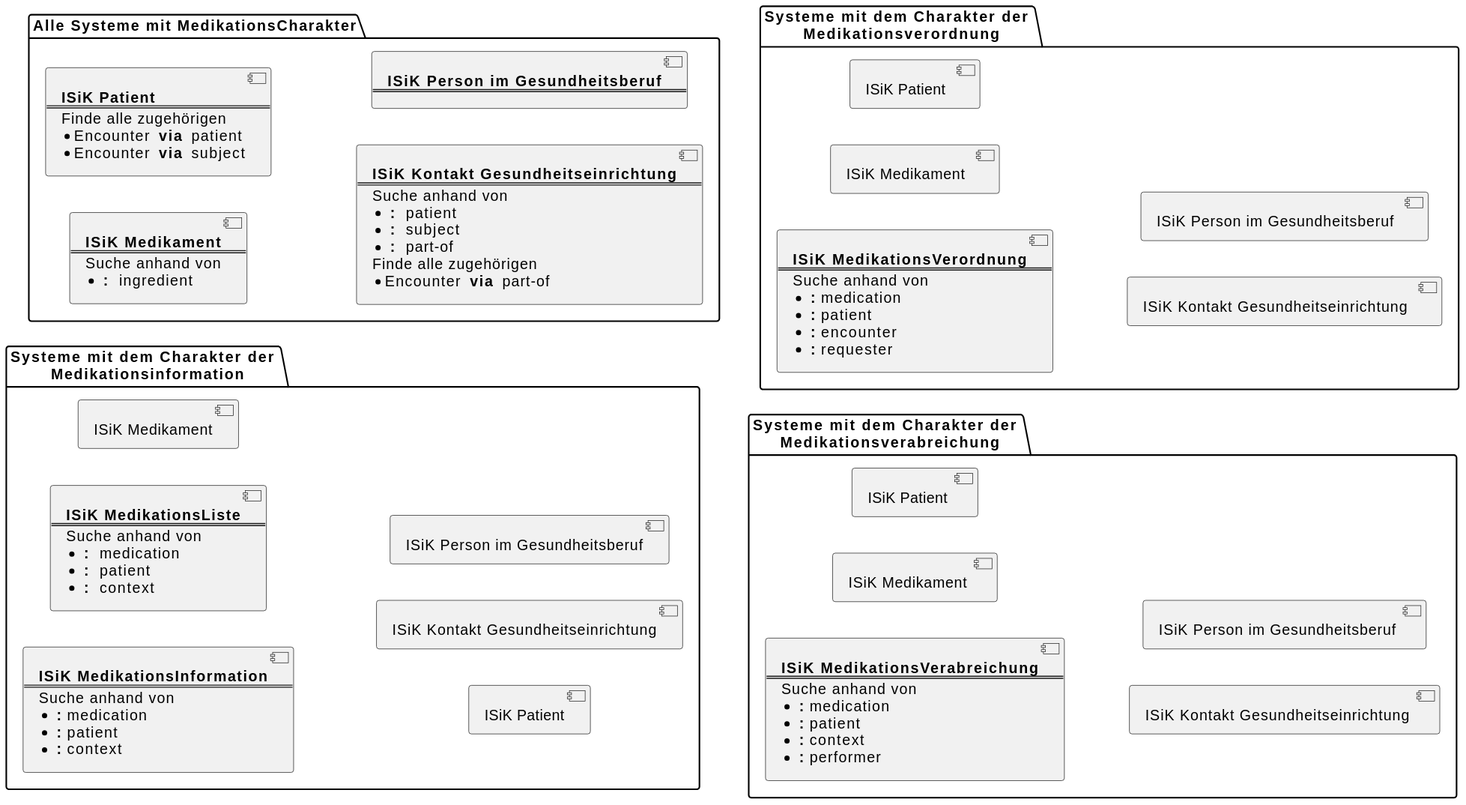
This is Material/images/diagrams/searchtypes_interaction.svg from gematik/spec-ISiK-Terminplanung, a PlantUML export, as it was before one commit. Source of this version:
```plantuml
@startuml
left to right direction
skinparam linetype ortho


folder CSt_MedInfo as "Systeme mit dem Charakter der \n Medikationsinformation" {
    component _MedInfo [
        **ISiK MedikationsInformation**
        ====
        Suche anhand von
        * ** :** medication
        * ** :** patient
        * ** :** context
    ]

    component CStAll_MedikationsListe [
        **ISiK MedikationsListe**
        ====
        Suche anhand von
        * ** : ** medication
        * ** : ** patient
        * ** : ** context
    ]
    component "ISiK Medikament"
    component "ISiK Patient"
    component "ISiK Kontakt Gesundheitseinrichtung"
    component "ISiK Person im Gesundheitsberuf"

}

folder CSt_MedAll as "Alle Systeme mit MedikationsCharakter" {
    component CStAll_Medikament [
        **ISiK Medikament**
        ====
        Suche anhand von
        * ** : ** ingredient
    ]
    component CStAll_Patient [
        **ISiK Patient**
        ====
        Finde alle zugehörigen
        * Encounter ** via ** patient
        * Encounter ** via ** subject
    ]
    component CStAll_KontaktGesundheitseinrichtung [
        **ISiK Kontakt Gesundheitseinrichtung**
        ====
        Suche anhand von
        * ** : ** patient
        * ** : ** subject
        * ** : ** part-of
        Finde alle zugehörigen
        * Encounter ** via ** part-of
    ]
    component CStAll_PersonImGesundheitsberuf [
        **ISiK Person im Gesundheitsberuf**
        ====
    ]
}
folder CSt_MedVerab as "Systeme mit dem Charakter der \n Medikationsverabreichung" {
    component _MedVerab [
    **ISiK MedikationsVerabreichung**
    ====
    Suche anhand von
    * ** :** medication
    * ** :** patient
    * ** :** context
    * ** :** performer
    ]
    component "ISiK Medikament "
    component "ISiK Patient "
    component "ISiK Kontakt Gesundheitseinrichtung "
    component "ISiK Person im Gesundheitsberuf "
}

folder CSt_MedVerord as "Systeme mit dem Charakter der \n Medikationsverordnung" {
    component _MedVerord [
    **ISiK MedikationsVerordnung**
    ====
    Suche anhand von
    * ** :** medication
    * ** :** patient
    * ** :** encounter
    * ** :** requester
    ]
    component "ISiK Medikament  "
    component "ISiK Patient  "
    component "ISiK Kontakt Gesundheitseinrichtung  "
    component "ISiK Person im Gesundheitsberuf  "
}
@enduml
```
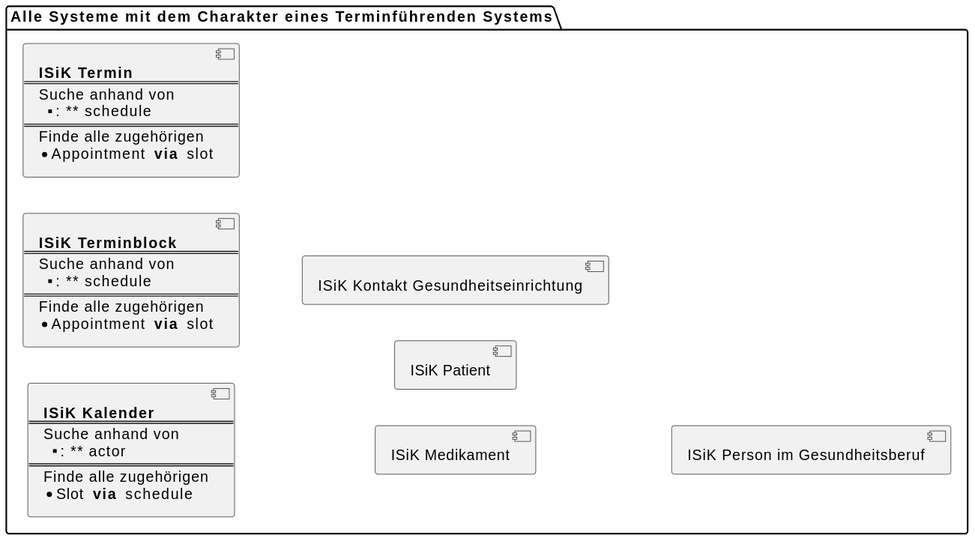
Later version of the same file.

Change to the diagram source:
```diff
@@ -3,89 +3,41 @@
 skinparam linetype ortho
 
 
-folder CSt_MedInfo as "Systeme mit dem Charakter der \n Medikationsinformation" {
-    component _MedInfo [
-        **ISiK MedikationsInformation**
+folder CSt_AppointmentLead as "Alle Systeme mit dem Charakter eines Terminführenden Systems" {
+      component CStLead_Schedule [
+        **ISiK Kalender**
         ====
         Suche anhand von
-        * ** :** medication
-        * ** :** patient
-        * ** :** context
+        ** : ** actor
+        ===
+        Finde alle zugehörigen
+        * Slot ** via ** schedule
     ]
 
-    component CStAll_MedikationsListe [
-        **ISiK MedikationsListe**
+    component CStLead_Slot [
+        **ISiK Terminblock**
         ====
         Suche anhand von
-        * ** : ** medication
-        * ** : ** patient
-        * ** : ** context
+        ** : ** schedule
+        ===
+        Finde alle zugehörigen
+        * Appointment ** via ** slot
     ]
+
+    component CStLead_Appointment [
+        **ISiK Termin**
+        ====
+        Suche anhand von
+        ** : ** schedule
+        ===
+        Finde alle zugehörigen
+        * Appointment ** via ** slot
+    ]
+
     component "ISiK Medikament"
     component "ISiK Patient"
     component "ISiK Kontakt Gesundheitseinrichtung"
     component "ISiK Person im Gesundheitsberuf"
 
 }
-
-folder CSt_MedAll as "Alle Systeme mit MedikationsCharakter" {
-    component CStAll_Medikament [
-        **ISiK Medikament**
-        ====
-        Suche anhand von
-        * ** : ** ingredient
-    ]
-    component CStAll_Patient [
-        **ISiK Patient**
-        ====
-        Finde alle zugehörigen
-        * Encounter ** via ** patient
-        * Encounter ** via ** subject
-    ]
-    component CStAll_KontaktGesundheitseinrichtung [
-        **ISiK Kontakt Gesundheitseinrichtung**
-        ====
-        Suche anhand von
-        * ** : ** patient
-        * ** : ** subject
-        * ** : ** part-of
-        Finde alle zugehörigen
-        * Encounter ** via ** part-of
-    ]
-    component CStAll_PersonImGesundheitsberuf [
-        **ISiK Person im Gesundheitsberuf**
-        ====
-    ]
-}
-folder CSt_MedVerab as "Systeme mit dem Charakter der \n Medikationsverabreichung" {
-    component _MedVerab [
-    **ISiK MedikationsVerabreichung**
-    ====
-    Suche anhand von
-    * ** :** medication
-    * ** :** patient
-    * ** :** context
-    * ** :** performer
-    ]
-    component "ISiK Medikament "
-    component "ISiK Patient "
-    component "ISiK Kontakt Gesundheitseinrichtung "
-    component "ISiK Person im Gesundheitsberuf "
-}
-
-folder CSt_MedVerord as "Systeme mit dem Charakter der \n Medikationsverordnung" {
-    component _MedVerord [
-    **ISiK MedikationsVerordnung**
-    ====
-    Suche anhand von
-    * ** :** medication
-    * ** :** patient
-    * ** :** encounter
-    * ** :** requester
-    ]
-    component "ISiK Medikament  "
-    component "ISiK Patient  "
-    component "ISiK Kontakt Gesundheitseinrichtung  "
-    component "ISiK Person im Gesundheitsberuf  "
-}
 @enduml
```
